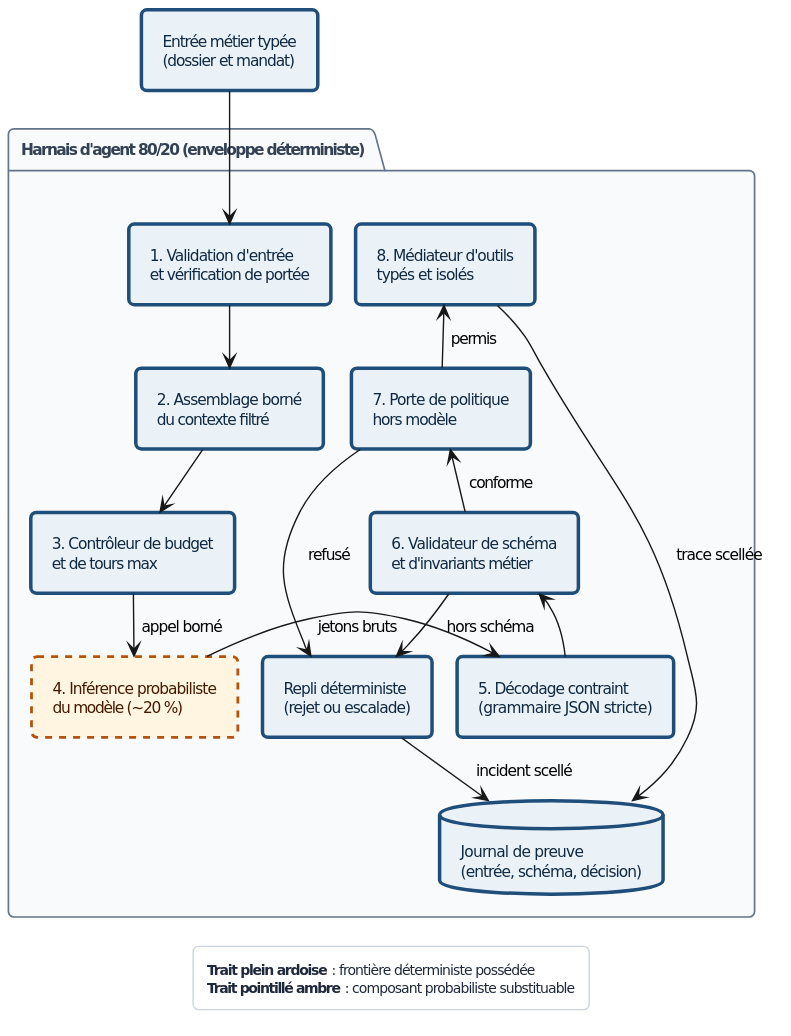
Earlier version of the PlantUML export 7 - Livre 2027/diagrammes/rendus/Fig-08.svg (agbruneau/Agentique).
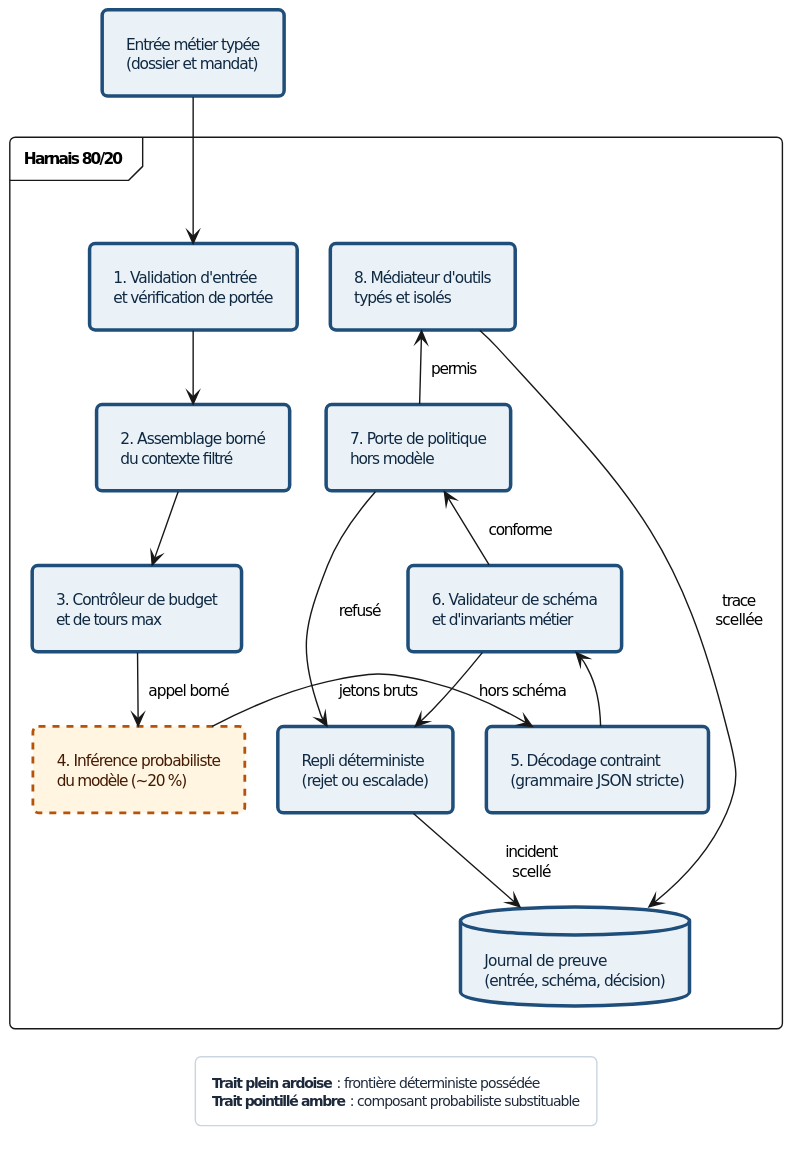
Above is the later version.

The edit, as a diff of the source:
```diff
@@ -41,13 +41,14 @@
 skinparam defaultFontSize 11
 skinparam shadowing false
 skinparam roundcorner 8
-skinparam nodesep 18
-skinparam ranksep 20
-skinparam padding 5
+skinparam packageStyle frame
+skinparam nodesep 24
+skinparam ranksep 24
+skinparam padding 7
 
 rectangle "Entrée métier typée\n(dossier et mandat)" as IN <<det>>
 
-package "Harnais d'agent 80/20 (enveloppe déterministe)" {
+package "Harnais 80/20" {
   rectangle "1. Validation d'entrée\net vérification de portée" as VALIN <<det>>
   rectangle "2. Assemblage borné\ndu contexte filtré" as CTX <<det>>
   rectangle "3. Contrôleur de budget\net de tours max" as BUD <<det>>
@@ -71,8 +72,8 @@
 VALOUT --> REPLI : hors schéma
 GATE -up-> TOOL : permis
 GATE --> REPLI : refusé
-TOOL --> LOG : trace scellée
-REPLI --> LOG : incident scellé
+TOOL --> LOG : trace\nscellée
+REPLI --> LOG : incident\nscellé
 
 VALIN -[hidden]right-> TOOL
 CTX -[hidden]right-> GATE
```
